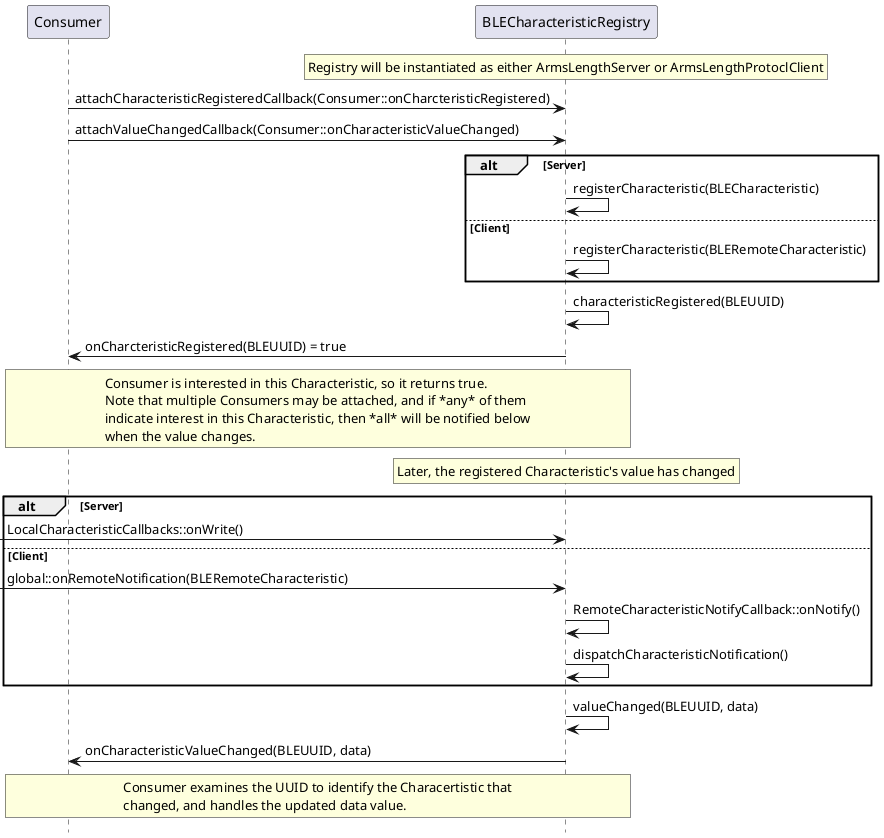
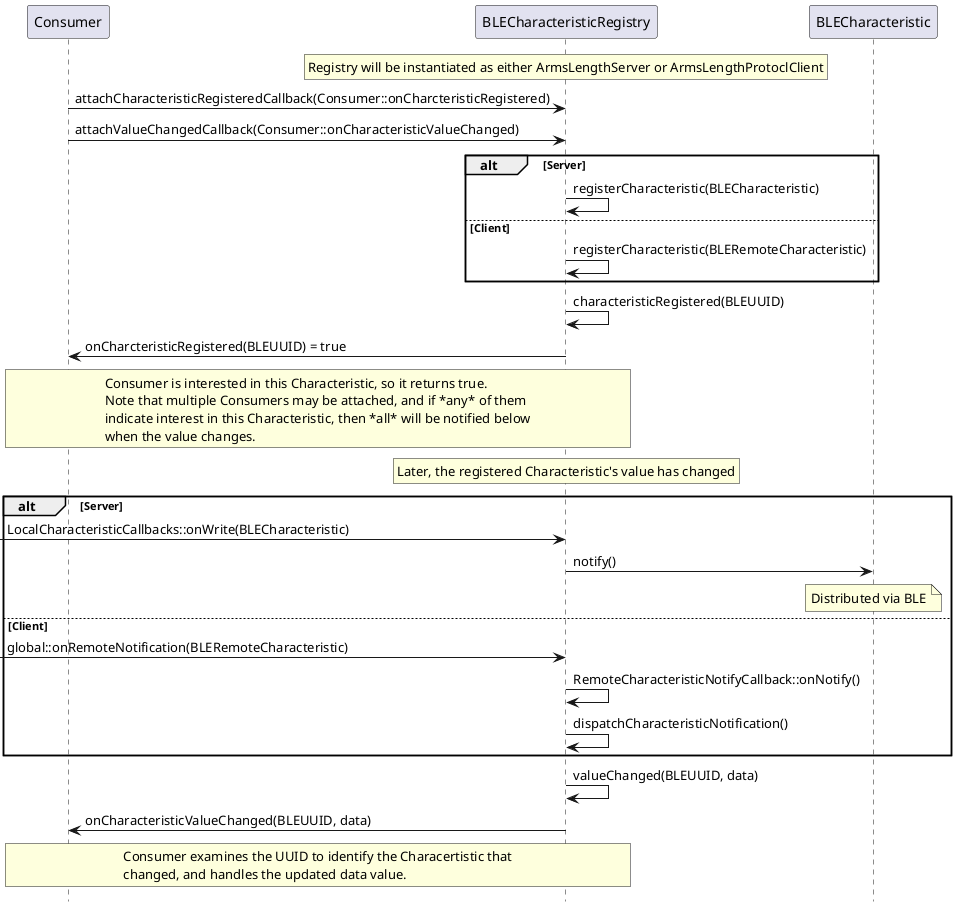
@startuml
hide footbox
participant Consumer as Consumer
participant BLECharacteristicRegistry as Reg

rnote over Reg: Registry will be instantiated as either ArmsLengthServer or ArmsLengthProtoclClient

Consumer -> Reg: attachCharacteristicRegisteredCallback(Consumer::onCharcteristicRegistered)
Consumer -> Reg: attachValueChangedCallback(Consumer::onCharacteristicValueChanged)

alt Server
Reg -> Reg: registerCharacteristic(BLECharacteristic)
else Client
Reg -> Reg: registerCharacteristic(BLERemoteCharacteristic)
end
Reg -> Reg: characteristicRegistered(BLEUUID)
Reg -> Consumer: onCharcteristicRegistered(BLEUUID) = true
rnote over Consumer,Reg: Consumer is interested in this Characteristic, so it returns true.\nNote that multiple Consumers may be attached, and if *any* of them \nindicate interest in this Characteristic, then *all* will be notified below\nwhen the value changes.

rnote over Reg: Later, the registered Characteristic's value has changed

alt Server
-  -> Reg: LocalCharacteristicCallbacks::onWrite()
+  -> Reg: LocalCharacteristicCallbacks::onWrite(BLECharacteristic)
+ Reg -> BLECharacteristic: notify()
+ note over BLECharacteristic: Distributed via BLE
else Client
 -> Reg: global::onRemoteNotification(BLERemoteCharacteristic)
Reg -> Reg: RemoteCharacteristicNotifyCallback::onNotify()
Reg -> Reg: dispatchCharacteristicNotification()
end
Reg -> Reg: valueChanged(BLEUUID, data)
Reg -> Consumer: onCharacteristicValueChanged(BLEUUID, data)
rnote over Consumer,Reg: Consumer examines the UUID to identify the Characertistic that\nchanged, and handles the updated data value.

@enduml
+ 
+ 
+ 
+ @startuml
+ 
+ component ArmsLengthSuit {
+     [HelmetApplication]
+     [ChestApplication]
+     [BackApplication]
+     [RightArmApplication]
+     [LeftArmApplication]
+     [RightLegApplication]
+     [LeftLegApplication]
+ }
+ 
+ @enduml
+ 
+ @startuml
+ 
+ BLECharacteristicRegistry <|-- ArmsLengthClient
+ BLECharacteristicRegistry <|-- ArmsLengthServer
+ 
+ IArduinoApplication <|-- ArmsLengthClient
+ IArduinoApplication <|-- ArmsLengthServer
+ IArduinoApplication <|-- Helmet
+ IArduinoApplication <|-- Chest
+ IArduinoApplication <|-- Back
+ IArduinoApplication <|-- RightArm
+ IArduinoApplication <|-- LeftArm
+ IArduinoApplication <|-- RightLeg
+ IArduinoApplication <|-- LeftLeg
+ 
+ HelmetApplication *-- ArmsLengthClient
+ HelmetApplication *-- Helmet
+ 
+ ChestApplication *-- ArmsLengthClient
+ ChestApplication *-- Chest
+ 
+ BackApplication *-- ArmsLengthClient
+ BackApplication *-- Back
+ 
+ RightArmApplication *-- ArmsLengthServer
+ RightArmApplication *-- RightArm
+ 
+ LeftArmApplication *-- ArmsLengthClient
+ LeftArmApplication *-- LeftArm
+ 
+ RightLegApplication *-- ArmsLengthClient
+ RightLegApplication *-- RightLeg
+ 
+ LeftLegApplication *-- ArmsLengthClient
+ LeftLegApplication *-- LeftLeg
+ 
+ @enduml
+ 
+ @startuml
+ 
+ ArmsLengthClient --|> BLECharacteristicRegistry
+ 
+ ArmsLengthClient --|> IArduinoApplication
+ Helmet --|> IArduinoApplication
+ 
+ Helmet o-- ArmsLengthClient
+ 
+ HelmetApplication *-- ArmsLengthClient
+ HelmetApplication *-- Helmet
+ 
+ @enduml
+ 
+ @startuml
+ 
+ ArmsLengthClient --|> BLECharacteristicRegistry
+ 
+ ArmsLengthClient --|> IArduinoApplication
+ Chest --|> IArduinoApplication
+ 
+ Chest o-- ArmsLengthClient
+ 
+ ChestApplication *-- ArmsLengthClient
+ ChestApplication *-- Chest
+ 
+ @enduml
+ 
+ @startuml
+ 
+ ArmsLengthClient --|> BLECharacteristicRegistry
+ 
+ ArmsLengthClient --|> IArduinoApplication
+ Back --|> IArduinoApplication
+ 
+ Back o-- ArmsLengthClient
+ 
+ BackApplication *-- ArmsLengthClient
+ BackApplication *-- Back
+ 
+ @enduml
+ 
+ @startuml
+ 
+ ArmsLengthServer --|> BLECharacteristicRegistry
+ 
+ ArmsLengthServer --|> IArduinoApplication
+ RightArm --|> IArduinoApplication
+ RightArmController --|> IArduinoApplication
+ ArmsLengthScripts --|> IArduinoApplication
+ 
+ RightArm o-- ArmsLengthServer
+ RightArmController o-- ArmsLengthServer
+ ArmsLengthScripts o-- ArmsLengthServer
+ 
+ RightArmApplication *-- ArmsLengthServer
+ RightArmApplication *-- RightArm
+ RightArmApplication *-- RightArmController
+ RightArmApplication *-- ArmsLengthScripts
+ 
+ @enduml
+ 
+ @startuml
+ 
+ ArmsLengthClient --|> BLECharacteristicRegistry
+ 
+ ArmsLengthClient --|> IArduinoApplication
+ LeftArm --|> IArduinoApplication
+ LeftArmController --|> IArduinoApplication
+ 
+ LeftArm o-- ArmsLengthClient
+ LeftArmController o-- ArmsLengthClient
+ 
+ LeftArmApplication *-- ArmsLengthClient
+ LeftArmApplication *-- LeftArm
+ LeftArmApplication *-- LeftArmController
+ 
+ @enduml
+ 
+ @startuml
+ 
+ ArmsLengthClient --|> BLECharacteristicRegistry
+ 
+ ArmsLengthClient --|> IArduinoApplication
+ RightLeg --|> IArduinoApplication
+ 
+ RightLeg o-- ArmsLengthClient
+ 
+ RightLegApplication *-- ArmsLengthClient
+ RightLegApplication *-- RightLeg
+ 
+ @enduml
+ 
+ @startuml
+ 
+ ArmsLengthClient --|> BLECharacteristicRegistry
+ 
+ ArmsLengthClient --|> IArduinoApplication
+ LeftLeg --|> IArduinoApplication
+ 
+ LeftLeg o-- ArmsLengthClient
+ 
+ LeftLegApplication *-- ArmsLengthClient
+ LeftLegApplication *-- LeftLeg
+ 
+ @enduml
+ 
+ 
+ 
